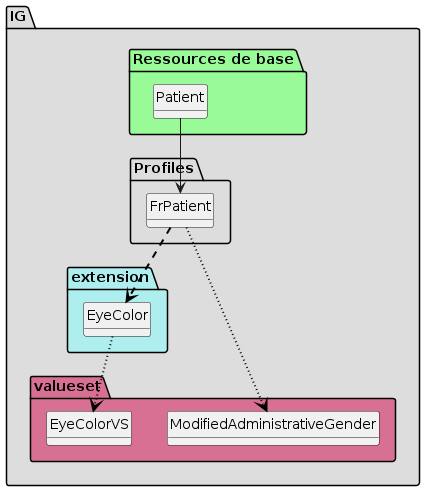
Above: main/plantuml/graph.png in ansforge/IG-fhir-veille-sanitaire (PlantUML), before the change.
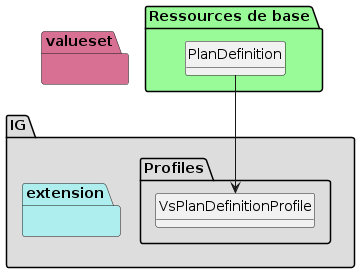
Above is the later version.

What changed in the source:
```diff
@@ -7,42 +7,23 @@
 
      package Profiles #DDDDDD{
 
-        class FrPatient{
+        class VsPlanDefinitionProfile{
 
-             Patient.extension:eyecolor => <&plus>[0..1]
-             Patient.identifier => [1..None]
-             Patient.identifier:INS => [1..1]
-             Patient.identifier:INS.system => [1..None]
-             Patient.gender => [None..None]
          }
 
      }
      package extension #paleturquoise {
 
-     FrPatient -[#black,dashed,thickness=2]-> EyeColor
 
-        class EyeColor{
-
-          Extension.extension => [None..0]
-          Extension.url => [None..None]
-          Extension.value[x] => [None..None]
          }
      }
      package valueset #PaleVioletRed{
-
-        class EyeColorVS
-
-     EyeColor -[#black,dotted,thickness=2]-> EyeColorVS
-
-        class ModifiedAdministrativeGender
-
-     FrPatient -[#black,dotted,thickness=2]-> ModifiedAdministrativeGender
        }
 
 package "Ressources de base" #palegreen {
 
- class "Patient" as  class01122a97dca927210827560cb7d76af8
+ class "PlanDefinition" as  class0375201638a0df09e5ecd3c0b36df917
 
-    class01122a97dca927210827560cb7d76af8 --> FrPatient
+    class0375201638a0df09e5ecd3c0b36df917 --> VsPlanDefinitionProfile
 }
 @enduml
```
